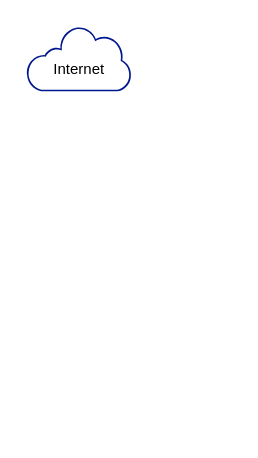
This is Hubtech HDA Physical.drawio from kennedyjombo/intro-to-me, a draw.io file, before an edit. Source tidied: cells renumbered, new cells numbered last; positions are measured from the earlier drawing's top-left corner, leaving out a move shared by most shapes. Both pictures are drawn from the tidied source at 150%, with x=0, y=0 at pixel (26, 26).
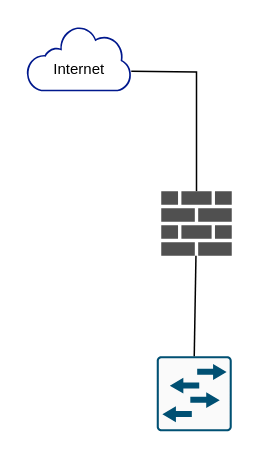
The same diagram, later.

Change to the diagram source:
```diff
@@
 <mxGraphModel>
   <root>
     <mxCell id="0" />
     <mxCell id="1" parent="0" />
     <mxCell id="2" style="sketch=0;shadow=0;dashed=0;html=1;strokeColor=none;labelPosition=center;verticalLabelPosition=bottom;verticalAlign=top;align=center;fillColor=#00188D;shape=mxgraph.mscae.enterprise.internet_hollow;" parent="1" vertex="1">
       <mxGeometry width="70" height="43.4" as="geometry" />
     </mxCell>
+    <mxCell id="4" style="edgeStyle=orthogonalEdgeStyle;rounded=0;jettySize=auto;html=1;endArrow=none;endFill=0;" parent="1" edge="1" target="5">
+      <mxGeometry relative="1" as="geometry">
+        <mxPoint x="70" y="30" as="sourcePoint" />
+      </mxGeometry>
+    </mxCell>
     <mxCell id="3" value="&lt;font style=&quot;font-size: 10px;&quot;&gt;Internet&lt;/font&gt;" style="text;html=1;align=center;verticalAlign=middle;strokeColor=none;fillColor=none;" parent="1" vertex="1">
       <mxGeometry x="5" y="13.4" width="60" height="30" as="geometry" />
     </mxCell>
+    <mxCell id="5" style="sketch=0;shadow=0;dashed=0;html=1;strokeColor=none;fillColor=#505050;labelPosition=center;verticalLabelPosition=bottom;verticalAlign=top;outlineConnect=0;align=center;shape=mxgraph.office.concepts.firewall;" parent="1" vertex="1">
+      <mxGeometry x="90" y="110" width="47" height="43" as="geometry" />
+    </mxCell>
+    <mxCell id="6" style="sketch=0;points=[[0.015,0.015,0],[0.985,0.015,0],[0.985,0.985,0],[0.015,0.985,0],[0.25,0,0],[0.5,0,0],[0.75,0,0],[1,0.25,0],[1,0.5,0],[1,0.75,0],[0.75,1,0],[0.5,1,0],[0.25,1,0],[0,0.75,0],[0,0.5,0],[0,0.25,0]];verticalLabelPosition=bottom;html=1;verticalAlign=top;align=center;shape=mxgraph.cisco19.rect;prIcon=l2_switch;fillColor=#FAFAFA;strokeColor=#005073;" parent="1" vertex="1">
+      <mxGeometry x="87" y="220" width="50" height="50" as="geometry" />
+    </mxCell>
+    <mxCell id="7" style="rounded=0;jettySize=auto;html=1;entryX=0.5;entryY=0;entryDx=0;entryDy=0;entryPerimeter=0;endArrow=none;endFill=0;" parent="1" edge="1" source="5" target="6">
+      <mxGeometry relative="1" as="geometry" />
+    </mxCell>
   </root>
 </mxGraphModel>
```
